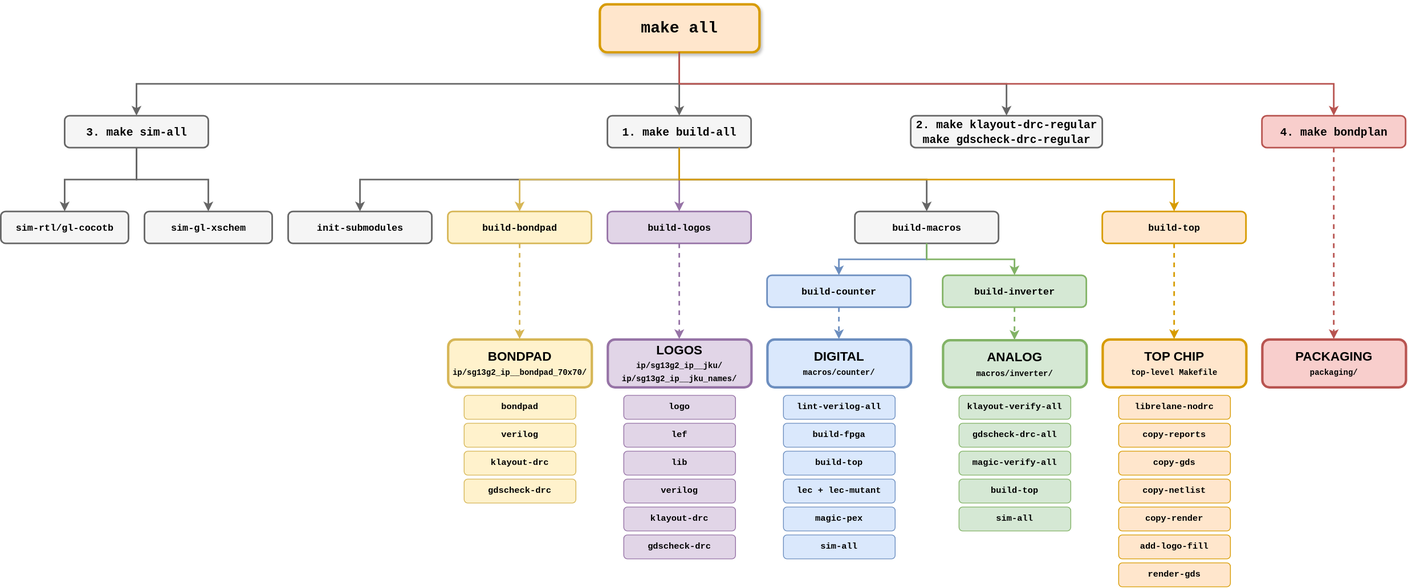
The draw.io diagram tutorial/fig/targets_overview/targets_overview.svg in iic-jku/ihp-sg13g2-ams-chip-template, before a commit. Source tidied: cells renumbered, new cells last; positions are measured from the earlier drawing's top-left corner, leaving out a move shared by most shapes.
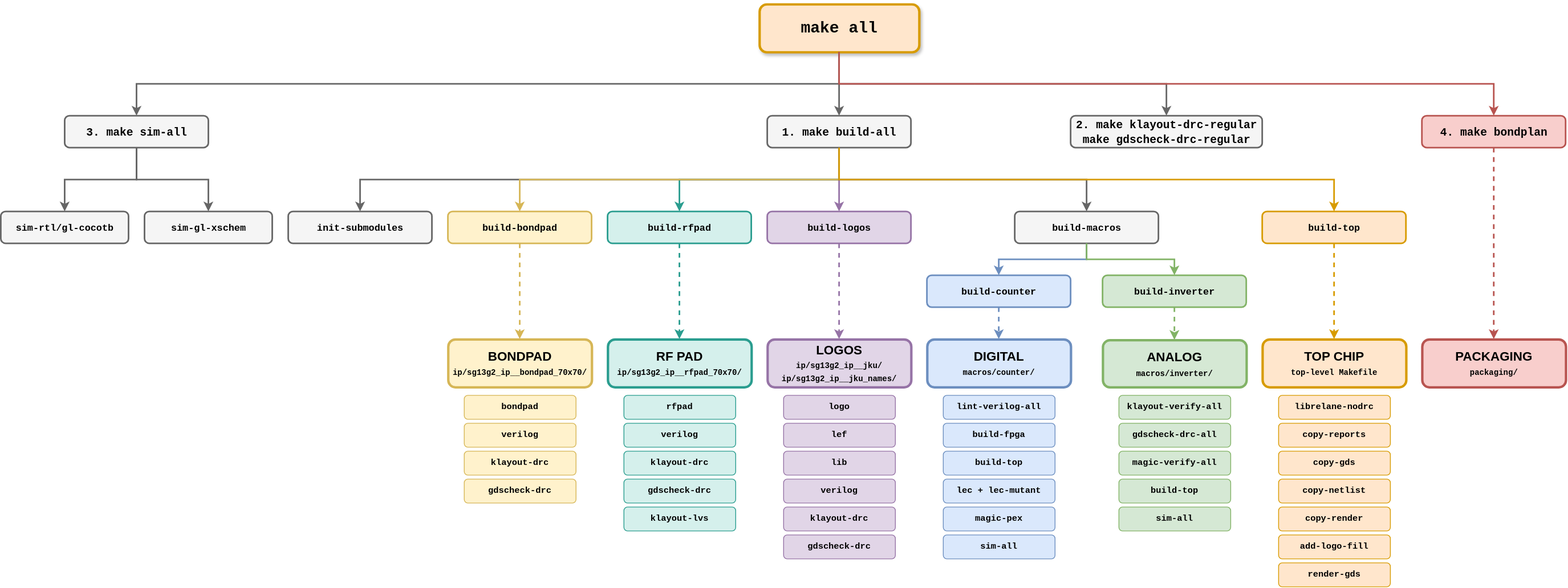
Later version of the same file.

Commit message:
documented the RF pad in the README, the tutorial and the targets figure

The edit, as a diff of the source:
```diff
@@ -6,7 +6,7 @@
       <mxGeometry x="750" width="200" height="60" as="geometry" />
     </mxCell>
     <mxCell id="3" value="&lt;font face=&quot;Courier New&quot;&gt;&lt;b&gt;3. make sim-all&lt;/b&gt;&lt;/font&gt;" style="rounded=1;whiteSpace=wrap;html=1;fontSize=14;fillColor=#f5f5f5;strokeColor=#666666;strokeWidth=2;fontStyle=1;verticalAlign=middle;sketch=0;" parent="1" vertex="1">
-      <mxGeometry x="80" y="140" width="180" height="40" as="geometry" />
+      <mxGeometry x="-120" y="140" width="180" height="40" as="geometry" />
     </mxCell>
     <mxCell id="4" value="&lt;font face=&quot;Courier New&quot;&gt;&lt;b&gt;1. make build-all&lt;/b&gt;&lt;/font&gt;" style="rounded=1;whiteSpace=wrap;html=1;fontSize=14;fillColor=#f5f5f5;strokeColor=#666666;strokeWidth=2;fontStyle=1;verticalAlign=middle;sketch=0;" parent="1" vertex="1">
       <mxGeometry x="760" y="140" width="180" height="40" as="geometry" />
@@ -15,17 +15,44 @@
       <mxGeometry x="1140" y="140" width="240" height="40" as="geometry" />
     </mxCell>
     <mxCell id="6" value="&lt;font face=&quot;Courier New&quot; style=&quot;font-size: 12px;&quot;&gt;&lt;b&gt;sim-rtl/gl-cocotb&lt;/b&gt;&lt;/font&gt;" style="rounded=1;whiteSpace=wrap;html=1;fontSize=12;fillColor=#f5f5f5;strokeColor=#666666;strokeWidth=2;fontStyle=1;verticalAlign=middle;sketch=0;" parent="1" vertex="1">
-      <mxGeometry y="260" width="160" height="40" as="geometry" />
+      <mxGeometry x="-200" y="260" width="160" height="40" as="geometry" />
     </mxCell>
     <mxCell id="7" value="&lt;font face=&quot;Courier New&quot; style=&quot;font-size: 12px;&quot;&gt;&lt;b&gt;sim-gl-xschem&lt;/b&gt;&lt;/font&gt;" style="rounded=1;whiteSpace=wrap;html=1;fontSize=12;fillColor=#f5f5f5;strokeColor=#666666;strokeWidth=2;fontStyle=1;verticalAlign=middle;sketch=0;" parent="1" vertex="1">
-      <mxGeometry x="180" y="260" width="160" height="40" as="geometry" />
+      <mxGeometry x="-20" y="260" width="160" height="40" as="geometry" />
     </mxCell>
     <mxCell id="8" value="&lt;font face=&quot;Courier New&quot; style=&quot;font-size: 12px;&quot;&gt;&lt;b&gt;init-submodules&lt;/b&gt;&lt;/font&gt;" style="rounded=1;whiteSpace=wrap;html=1;fontSize=12;fillColor=#f5f5f5;strokeColor=#666666;strokeWidth=2;fontStyle=1;verticalAlign=middle;sketch=0;" parent="1" vertex="1">
-      <mxGeometry x="360" y="260" width="180" height="40" as="geometry" />
+      <mxGeometry x="160" y="260" width="180" height="40" as="geometry" />
     </mxCell>
     <mxCell id="9" value="&lt;font face=&quot;Courier New&quot; style=&quot;font-size: 12px;&quot;&gt;&lt;b&gt;build-bondpad&lt;/b&gt;&lt;/font&gt;" style="rounded=1;whiteSpace=wrap;html=1;fontSize=12;fillColor=#fff2cc;strokeColor=#d6b656;strokeWidth=2;fontStyle=1;verticalAlign=middle;sketch=0;" parent="1" vertex="1">
-      <mxGeometry x="560" y="260" width="180" height="40" as="geometry" />
+      <mxGeometry x="360" y="260" width="180" height="40" as="geometry" />
     </mxCell>
+    <mxCell id="69" value="&lt;font face=&quot;Courier New&quot; style=&quot;font-size: 12px;&quot;&gt;&lt;b&gt;build-rfpad&lt;/b&gt;&lt;/font&gt;" style="rounded=1;whiteSpace=wrap;html=1;fontSize=12;fillColor=#d5f0ec;strokeColor=#2a9d8f;strokeWidth=2;fontStyle=1;verticalAlign=middle;sketch=0;" parent="1" vertex="1">
+      <mxGeometry x="560" y="260" width="180" height="40" as="geometry" />
+    </mxCell>
+    <mxCell id="70" value="&lt;b style=&quot;font-size: 16px;&quot;&gt;RF PAD&lt;/b&gt;&lt;br&gt;&lt;font style=&quot;font-size: 10px;font-family: Courier New;&quot;&gt;ip/sg13g2_ip__rfpad_70x70/&lt;/font&gt;" style="rounded=1;whiteSpace=wrap;html=1;fontSize=14;fillColor=#d5f0ec;strokeColor=#2a9d8f;strokeWidth=3;fontStyle=1;verticalAlign=middle;sketch=0;" parent="1" vertex="1">
+      <mxGeometry x="560" y="420" width="180" height="60" as="geometry" />
+    </mxCell>
+    <mxCell id="71" value="&lt;font face=&quot;Courier New&quot; style=&quot;font-size: 11px;&quot;&gt;&lt;b&gt;rfpad&lt;/b&gt;&lt;/font&gt;" style="rounded=1;whiteSpace=wrap;html=1;fontSize=11;fillColor=#d5f0ec;strokeColor=#2a9d8f;strokeWidth=1;fontStyle=0;verticalAlign=middle;sketch=0;" parent="1" vertex="1">
+      <mxGeometry x="580" y="490" width="140" height="30" as="geometry" />
+    </mxCell>
+    <mxCell id="72" value="&lt;font face=&quot;Courier New&quot; style=&quot;font-size: 11px;&quot;&gt;&lt;b&gt;verilog&lt;/b&gt;&lt;/font&gt;" style="rounded=1;whiteSpace=wrap;html=1;fontSize=11;fillColor=#d5f0ec;strokeColor=#2a9d8f;strokeWidth=1;fontStyle=0;verticalAlign=middle;sketch=0;" parent="1" vertex="1">
+      <mxGeometry x="580" y="525" width="140" height="30" as="geometry" />
+    </mxCell>
+    <mxCell id="73" value="&lt;font face=&quot;Courier New&quot; style=&quot;font-size: 11px;&quot;&gt;&lt;b&gt;klayout-drc&lt;/b&gt;&lt;/font&gt;" style="rounded=1;whiteSpace=wrap;html=1;fontSize=11;fillColor=#d5f0ec;strokeColor=#2a9d8f;strokeWidth=1;fontStyle=0;verticalAlign=middle;sketch=0;" parent="1" vertex="1">
+      <mxGeometry x="580" y="560" width="140" height="30" as="geometry" />
+    </mxCell>
+    <mxCell id="74" value="&lt;font face=&quot;Courier New&quot; style=&quot;font-size: 11px;&quot;&gt;&lt;b&gt;gdscheck-drc&lt;/b&gt;&lt;/font&gt;" style="rounded=1;whiteSpace=wrap;html=1;fontSize=11;fillColor=#d5f0ec;strokeColor=#2a9d8f;strokeWidth=1;fontStyle=0;verticalAlign=middle;sketch=0;" parent="1" vertex="1">
+      <mxGeometry x="580" y="595" width="140" height="30" as="geometry" />
+    </mxCell>
+    <mxCell id="75" value="&lt;font face=&quot;Courier New&quot; style=&quot;font-size: 11px;&quot;&gt;&lt;b&gt;klayout-lvs&lt;/b&gt;&lt;/font&gt;" style="rounded=1;whiteSpace=wrap;html=1;fontSize=11;fillColor=#d5f0ec;strokeColor=#2a9d8f;strokeWidth=1;fontStyle=0;verticalAlign=middle;sketch=0;" parent="1" vertex="1">
+      <mxGeometry x="580" y="630" width="140" height="30" as="geometry" />
+    </mxCell>
+    <mxCell id="76" style="edgeStyle=orthogonalEdgeStyle;rounded=0;jettySize=auto;html=1;exitX=0.5;exitY=1;exitDx=0;exitDy=0;entryX=0.5;entryY=0;entryDx=0;entryDy=0;strokeColor=#2a9d8f;strokeWidth=2;endArrow=classic;endFill=1;" parent="1" edge="1" source="4" target="69">
+      <mxGeometry relative="1" as="geometry" />
+    </mxCell>
+    <mxCell id="77" style="edgeStyle=orthogonalEdgeStyle;rounded=0;jettySize=auto;html=1;exitX=0.5;exitY=1;exitDx=0;exitDy=0;entryX=0.5;entryY=0;entryDx=0;entryDy=0;strokeColor=#2a9d8f;strokeWidth=2;dashed=1;endArrow=classic;endFill=1;" parent="1" edge="1" source="69" target="70">
+      <mxGeometry relative="1" as="geometry" />
+    </mxCell>
     <mxCell id="10" value="&lt;font face=&quot;Courier New&quot; style=&quot;font-size: 12px;&quot;&gt;&lt;b&gt;build-logos&lt;/b&gt;&lt;/font&gt;" style="rounded=1;whiteSpace=wrap;html=1;fontSize=12;fillColor=#e1d5e7;strokeColor=#9673a6;strokeWidth=2;fontStyle=1;verticalAlign=middle;sketch=0;" parent="1" vertex="1">
       <mxGeometry x="760" y="260" width="180" height="40" as="geometry" />
     </mxCell>
@@ -48,7 +75,7 @@
       <mxGeometry x="1580" y="420" width="180" height="60" as="geometry" />
     </mxCell>
     <mxCell id="17" value="&lt;b style=&quot;font-size: 16px;&quot;&gt;BONDPAD&lt;/b&gt;&lt;br&gt;&lt;font style=&quot;font-size: 10px;font-family: Courier New;&quot;&gt;ip/sg13g2_ip__bondpad_70x70/&lt;/font&gt;" style="rounded=1;whiteSpace=wrap;html=1;fontSize=14;fillColor=#fff2cc;strokeColor=#d6b656;strokeWidth=3;fontStyle=1;verticalAlign=middle;sketch=0;" parent="1" vertex="1">
-      <mxGeometry x="560" y="420" width="180" height="60" as="geometry" />
+      <mxGeometry x="360" y="420" width="180" height="60" as="geometry" />
     </mxCell>
     <mxCell id="18" value="&lt;b style=&quot;font-size: 16px;&quot;&gt;LOGOS&lt;/b&gt;&lt;br&gt;&lt;font style=&quot;font-size: 10px;font-family: Courier New;&quot;&gt;ip/sg13g2_ip__jku/&lt;br&gt;ip/sg13g2_ip__jku_names/&lt;/font&gt;" style="rounded=1;whiteSpace=wrap;html=1;fontSize=14;fillColor=#e1d5e7;strokeColor=#9673a6;strokeWidth=3;fontStyle=1;verticalAlign=middle;sketch=0;" parent="1" vertex="1">
       <mxGeometry x="760" y="420" width="180" height="60" as="geometry" />
@@ -63,16 +90,16 @@
       <mxGeometry x="1380" y="420" width="180" height="60" as="geometry" />
     </mxCell>
     <mxCell id="22" value="&lt;font face=&quot;Courier New&quot; style=&quot;font-size: 11px;&quot;&gt;&lt;b&gt;bondpad&lt;/b&gt;&lt;/font&gt;" style="rounded=1;whiteSpace=wrap;html=1;fontSize=11;fillColor=#fff2cc;strokeColor=#d6b656;strokeWidth=1;fontStyle=0;verticalAlign=middle;sketch=0;" parent="1" vertex="1">
-      <mxGeometry x="580" y="490" width="140" height="30" as="geometry" />
+      <mxGeometry x="380" y="490" width="140" height="30" as="geometry" />
     </mxCell>
     <mxCell id="23" value="&lt;font face=&quot;Courier New&quot; style=&quot;font-size: 11px;&quot;&gt;&lt;b&gt;verilog&lt;/b&gt;&lt;/font&gt;" style="rounded=1;whiteSpace=wrap;html=1;fontSize=11;fillColor=#fff2cc;strokeColor=#d6b656;strokeWidth=1;fontStyle=0;verticalAlign=middle;sketch=0;" parent="1" vertex="1">
-      <mxGeometry x="580" y="525" width="140" height="30" as="geometry" />
+      <mxGeometry x="380" y="525" width="140" height="30" as="geometry" />
     </mxCell>
     <mxCell id="24" value="&lt;font face=&quot;Courier New&quot; style=&quot;font-size: 11px;&quot;&gt;&lt;b&gt;klayout-drc&lt;/b&gt;&lt;/font&gt;" style="rounded=1;whiteSpace=wrap;html=1;fontSize=11;fillColor=#fff2cc;strokeColor=#d6b656;strokeWidth=1;fontStyle=0;verticalAlign=middle;sketch=0;" parent="1" vertex="1">
-      <mxGeometry x="580" y="560" width="140" height="30" as="geometry" />
+      <mxGeometry x="380" y="560" width="140" height="30" as="geometry" />
     </mxCell>
     <mxCell id="25" value="&lt;font face=&quot;Courier New&quot; style=&quot;font-size: 11px;&quot;&gt;&lt;b&gt;gdscheck-drc&lt;/b&gt;&lt;/font&gt;" style="rounded=1;whiteSpace=wrap;html=1;fontSize=11;fillColor=#fff2cc;strokeColor=#d6b656;strokeWidth=1;fontStyle=0;verticalAlign=middle;sketch=0;" parent="1" vertex="1">
-      <mxGeometry x="580" y="595" width="140" height="30" as="geometry" />
+      <mxGeometry x="380" y="595" width="140" height="30" as="geometry" />
     </mxCell>
     <mxCell id="26" value="&lt;font face=&quot;Courier New&quot; style=&quot;font-size: 11px;&quot;&gt;&lt;b&gt;logo&lt;/b&gt;&lt;/font&gt;" style="rounded=1;whiteSpace=wrap;html=1;fontSize=11;fillColor=#e1d5e7;strokeColor=#9673a6;strokeWidth=1;fontStyle=0;verticalAlign=middle;sketch=0;" parent="1" vertex="1">
       <mxGeometry x="780" y="490" width="140" height="30" as="geometry" />
@@ -150,7 +177,7 @@
       <mxGeometry relative="1" as="geometry">
         <Array as="points">
           <mxPoint x="1020" y="100" />
-          <mxPoint x="250" y="100" />
+          <mxPoint x="50" y="100" />
         </Array>
       </mxGeometry>
     </mxCell>
```
